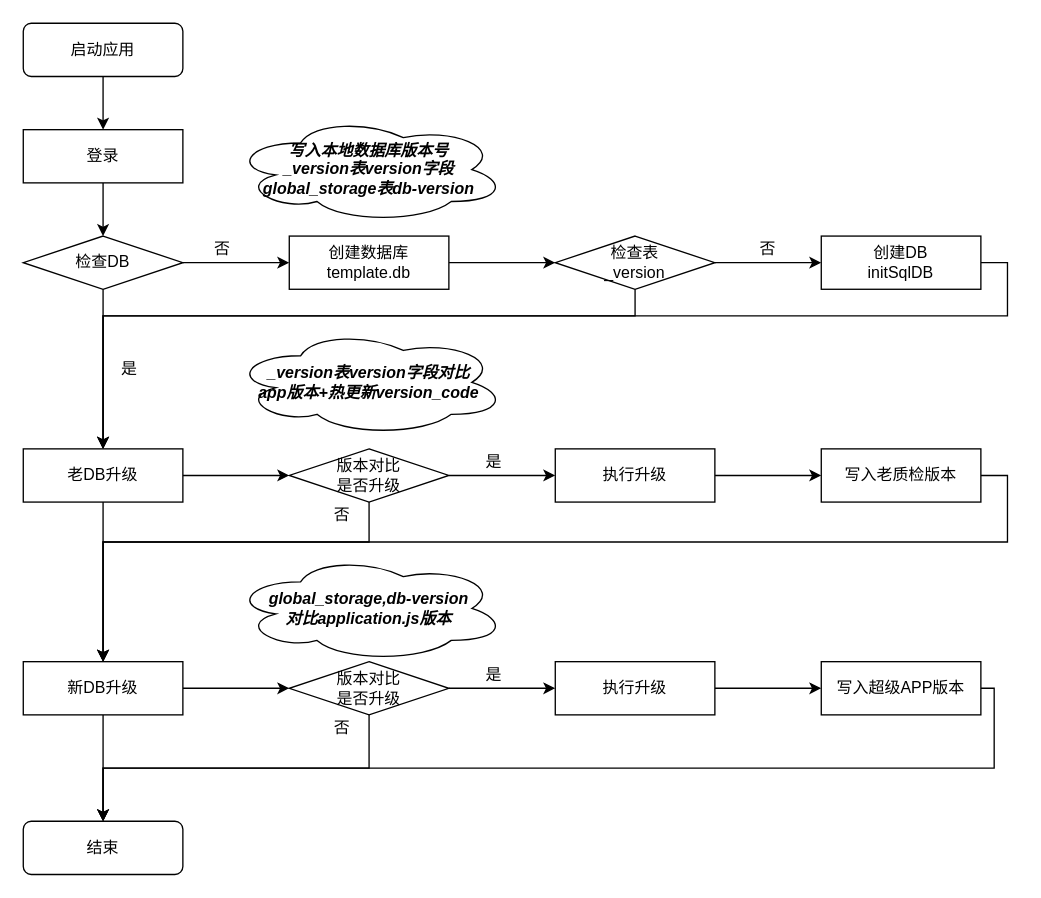
The draw.io diagram sync-data/Untitled Diagram.drawio in jsven/design-draw, before the edit. Source tidied: cells renumbered, new cells numbered last; positions are measured from the earlier drawing's top-left corner, leaving out a move shared by most shapes. Both pictures are drawn from the tidied source at 133%, with x=0, y=0 at pixel (23, 23).
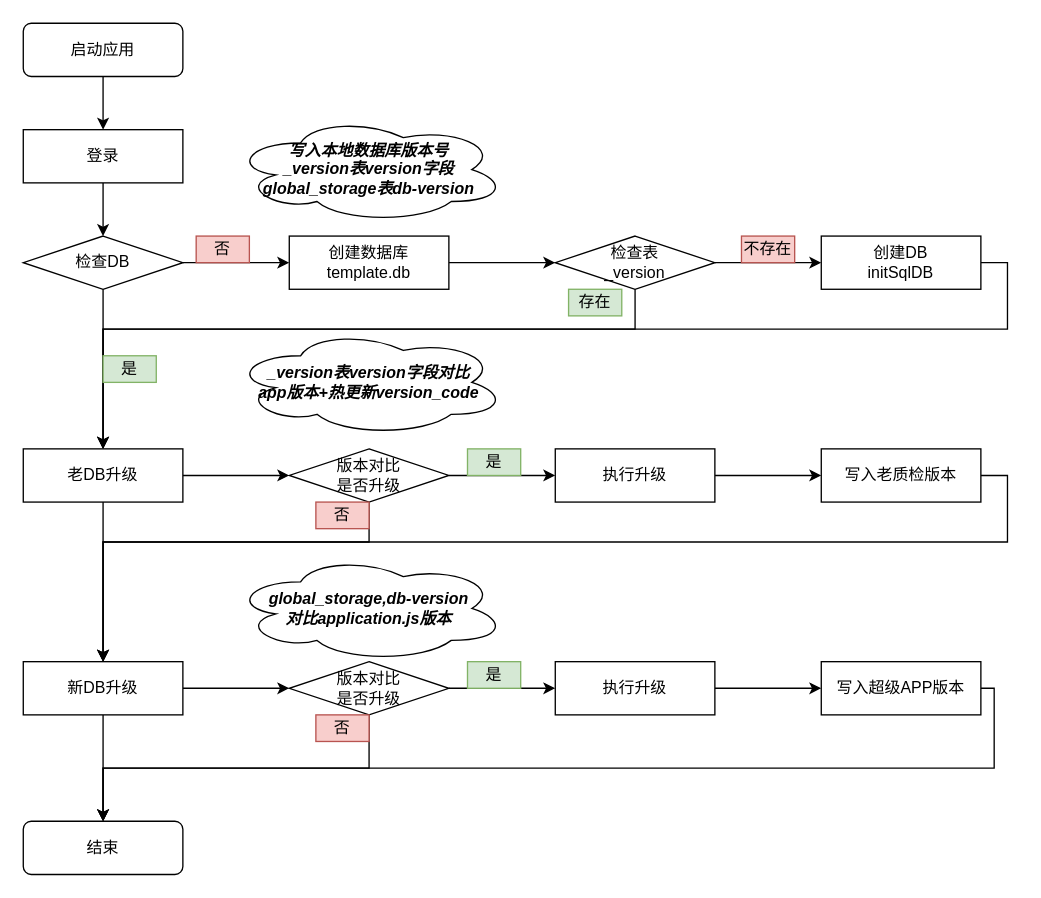
The same diagram, later.

The change refers to these unchanged cells:
```xml
<mxCell id="11" value="老DB升级" style="whiteSpace=wrap;html=1;rounded=0;" parent="1" vertex="1">
  <mxGeometry y="320" width="120" height="40" as="geometry" />
</mxCell>
<mxCell id="19" value="检查表&lt;br&gt;_version&lt;br&gt;" style="rhombus;whiteSpace=wrap;html=1;rounded=0;" parent="1" vertex="1">
  <mxGeometry x="400" y="160" width="120" height="40" as="geometry" />
</mxCell>
<mxCell id="21" value="创建DB &lt;br&gt;initSqlDB&lt;br&gt;" style="whiteSpace=wrap;html=1;rounded=0;" parent="1" vertex="1">
  <mxGeometry x="600" y="160" width="120" height="40" as="geometry" />
</mxCell>
```

What changed in the source:
```diff
@@
     <mxCell id="18" style="edgeStyle=orthogonalEdgeStyle;rounded=0;jettySize=auto;html=1;exitX=0.5;exitY=1;exitDx=0;exitDy=0;entryX=0.5;entryY=0;entryDx=0;entryDy=0;" parent="1" edge="1" source="19" target="11">
       <mxGeometry relative="1" as="geometry">
         <Array as="points">
-          <mxPoint x="460" y="220" />
-          <mxPoint x="60" y="220" />
+          <mxPoint x="460" y="230" />
+          <mxPoint x="60" y="230" />
         </Array>
       </mxGeometry>
     </mxCell>
@@
     <mxCell id="20" style="edgeStyle=orthogonalEdgeStyle;rounded=0;jettySize=auto;html=1;exitX=1;exitY=0.5;exitDx=0;exitDy=0;entryX=0.5;entryY=0;entryDx=0;entryDy=0;" parent="1" edge="1" source="21" target="11">
       <mxGeometry relative="1" as="geometry">
         <Array as="points">
           <mxPoint x="740" y="180" />
-          <mxPoint x="740" y="220" />
-          <mxPoint x="60" y="220" />
+          <mxPoint x="740" y="230" />
+          <mxPoint x="60" y="230" />
         </Array>
       </mxGeometry>
     </mxCell>
@@
-    <mxCell id="28" value="否" style="text;html=1;strokeColor=none;fillColor=none;align=center;verticalAlign=middle;whiteSpace=wrap;rounded=0;" parent="1" vertex="1">
+    <mxCell id="28" value="否" style="text;html=1;strokeColor=#b85450;fillColor=#f8cecc;align=center;verticalAlign=middle;whiteSpace=wrap;rounded=0;" parent="1" vertex="1">
       <mxGeometry x="130" y="160" width="40" height="20" as="geometry" />
     </mxCell>
-    <mxCell id="29" value="是" style="text;html=1;strokeColor=none;fillColor=none;align=center;verticalAlign=middle;whiteSpace=wrap;rounded=0;" parent="1" vertex="1">
+    <mxCell id="29" value="是" style="text;html=1;strokeColor=#82b366;fillColor=#d5e8d4;align=center;verticalAlign=middle;whiteSpace=wrap;rounded=0;" parent="1" vertex="1">
       <mxGeometry x="60" y="250" width="40" height="20" as="geometry" />
     </mxCell>
@@
-    <mxCell id="41" value="否" style="text;html=1;strokeColor=none;fillColor=none;align=center;verticalAlign=middle;whiteSpace=wrap;rounded=0;" parent="1" vertex="1">
+    <mxCell id="41" value="不存在" style="text;html=1;strokeColor=#b85450;fillColor=#f8cecc;align=center;verticalAlign=middle;whiteSpace=wrap;rounded=0;" parent="1" vertex="1">
       <mxGeometry x="540" y="160" width="40" height="20" as="geometry" />
     </mxCell>
-    <mxCell id="42" value="否" style="text;html=1;strokeColor=none;fillColor=none;align=center;verticalAlign=middle;whiteSpace=wrap;rounded=0;" parent="1" vertex="1">
+    <mxCell id="42" value="否" style="text;html=1;strokeColor=#b85450;fillColor=#f8cecc;align=center;verticalAlign=middle;whiteSpace=wrap;rounded=0;" parent="1" vertex="1">
       <mxGeometry x="220" y="360" width="40" height="20" as="geometry" />
     </mxCell>
@@
-    <mxCell id="44" value="是" style="text;html=1;strokeColor=none;fillColor=none;align=center;verticalAlign=middle;whiteSpace=wrap;rounded=0;" parent="1" vertex="1">
+    <mxCell id="44" value="是" style="text;html=1;strokeColor=#82b366;fillColor=#d5e8d4;align=center;verticalAlign=middle;whiteSpace=wrap;rounded=0;" parent="1" vertex="1">
       <mxGeometry x="334" y="320" width="40" height="20" as="geometry" />
     </mxCell>
-    <mxCell id="45" value="是" style="text;html=1;strokeColor=none;fillColor=none;align=center;verticalAlign=middle;whiteSpace=wrap;rounded=0;" parent="1" vertex="1">
+    <mxCell id="45" value="是" style="text;html=1;strokeColor=#82b366;fillColor=#d5e8d4;align=center;verticalAlign=middle;whiteSpace=wrap;rounded=0;" parent="1" vertex="1">
       <mxGeometry x="334" y="480" width="40" height="20" as="geometry" />
     </mxCell>
-    <mxCell id="46" value="否" style="text;html=1;strokeColor=none;fillColor=none;align=center;verticalAlign=middle;whiteSpace=wrap;rounded=0;" parent="1" vertex="1">
+    <mxCell id="46" value="否" style="text;html=1;strokeColor=#b85450;fillColor=#f8cecc;align=center;verticalAlign=middle;whiteSpace=wrap;rounded=0;" parent="1" vertex="1">
       <mxGeometry x="220" y="520" width="40" height="20" as="geometry" />
     </mxCell>
+    <mxCell id="47" value="存在" style="text;html=1;strokeColor=#82b366;fillColor=#d5e8d4;align=center;verticalAlign=middle;whiteSpace=wrap;rounded=0;" parent="1" vertex="1">
+      <mxGeometry x="410" y="200" width="40" height="20" as="geometry" />
+    </mxCell>
```
